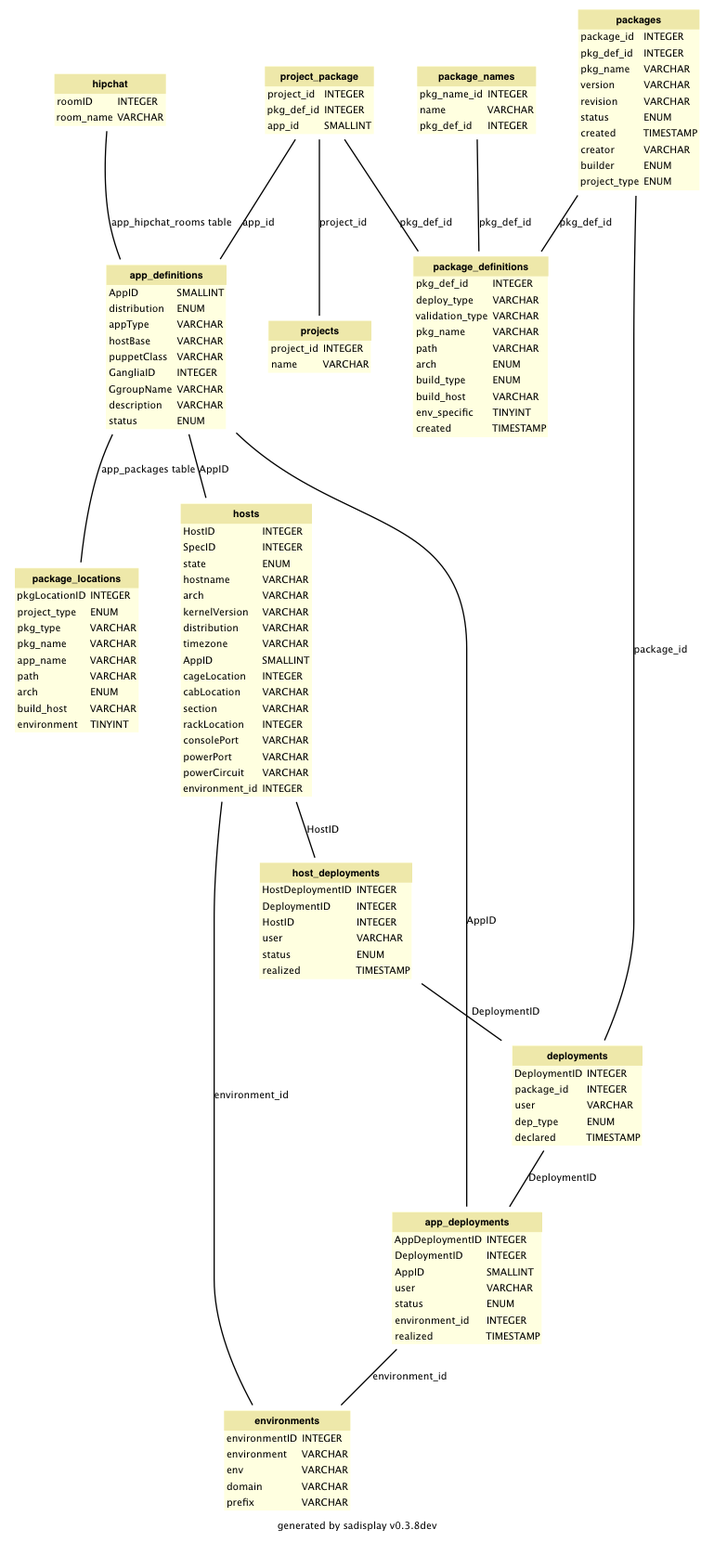
ifwe/tds keeps this Graphviz diagram as doc/schema-diagram-tds.png. Above is the earlier version. Its source is kept beside it as doc/schema-diagram-tds.dot.
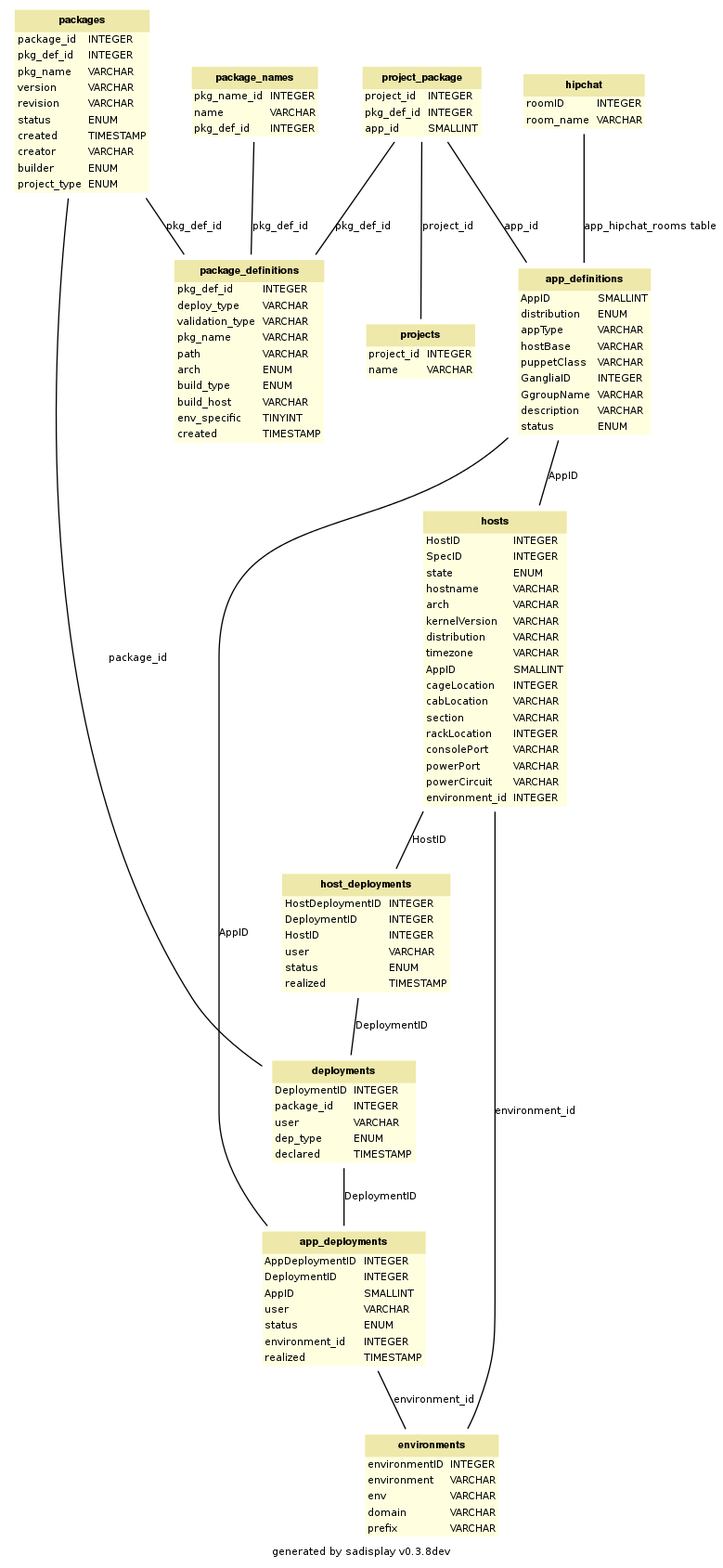
Later version of the same file.

Commit message:
Remove package_locations table from schema diagram

The edit, as a diff of the source:
```diff
@@ -309,52 +309,6 @@
         </TABLE>
     >]
 
-    package_locations [label=<
-        <TABLE BGCOLOR="lightyellow" BORDER="0"
-            CELLBORDER="0" CELLSPACING="0">
-                <TR><TD COLSPAN="2" CELLPADDING="4"
-                        ALIGN="CENTER" BGCOLOR="palegoldenrod"
-                ><FONT FACE="Helvetica-Bold" COLOR="black"
-                >package_locations</FONT></TD></TR><TR><TD ALIGN="LEFT" BORDER="0"
-        ><FONT FACE="Bitstream Vera Sans">pkgLocationID</FONT
-        ></TD><TD ALIGN="LEFT"
-        ><FONT FACE="Bitstream Vera Sans">INTEGER</FONT
-        ></TD></TR> <TR><TD ALIGN="LEFT" BORDER="0"
-        ><FONT FACE="Bitstream Vera Sans">project_type</FONT
-        ></TD><TD ALIGN="LEFT"
-        ><FONT FACE="Bitstream Vera Sans">ENUM</FONT
-        ></TD></TR> <TR><TD ALIGN="LEFT" BORDER="0"
-        ><FONT FACE="Bitstream Vera Sans">pkg_type</FONT
-        ></TD><TD ALIGN="LEFT"
-        ><FONT FACE="Bitstream Vera Sans">VARCHAR</FONT
-        ></TD></TR> <TR><TD ALIGN="LEFT" BORDER="0"
-        ><FONT FACE="Bitstream Vera Sans">pkg_name</FONT
-        ></TD><TD ALIGN="LEFT"
-        ><FONT FACE="Bitstream Vera Sans">VARCHAR</FONT
-        ></TD></TR> <TR><TD ALIGN="LEFT" BORDER="0"
-        ><FONT FACE="Bitstream Vera Sans">app_name</FONT
-        ></TD><TD ALIGN="LEFT"
-        ><FONT FACE="Bitstream Vera Sans">VARCHAR</FONT
-        ></TD></TR> <TR><TD ALIGN="LEFT" BORDER="0"
-        ><FONT FACE="Bitstream Vera Sans">path</FONT
-        ></TD><TD ALIGN="LEFT"
-        ><FONT FACE="Bitstream Vera Sans">VARCHAR</FONT
-        ></TD></TR> <TR><TD ALIGN="LEFT" BORDER="0"
-        ><FONT FACE="Bitstream Vera Sans">arch</FONT
-        ></TD><TD ALIGN="LEFT"
-        ><FONT FACE="Bitstream Vera Sans">ENUM</FONT
-        ></TD></TR> <TR><TD ALIGN="LEFT" BORDER="0"
-        ><FONT FACE="Bitstream Vera Sans">build_host</FONT
-        ></TD><TD ALIGN="LEFT"
-        ><FONT FACE="Bitstream Vera Sans">VARCHAR</FONT
-        ></TD></TR> <TR><TD ALIGN="LEFT" BORDER="0"
-        ><FONT FACE="Bitstream Vera Sans">environment</FONT
-        ></TD><TD ALIGN="LEFT"
-        ><FONT FACE="Bitstream Vera Sans">TINYINT</FONT
-        ></TD></TR>
-        </TABLE>
-    >]
-
     projects [label=<
         <TABLE BGCOLOR="lightyellow" BORDER="0"
             CELLBORDER="0" CELLSPACING="0">
@@ -513,7 +467,6 @@
     "app_definitions" -> "hosts" [label = "AppID"]
     "hosts" -> "environments" [label = "environment_id"]
     "hipchat" -> "app_definitions" [label = "app_hipchat_rooms table"]
-    "app_definitions" -> "package_locations" [label = "app_packages table"]
     "package_names" -> "package_definitions" [label = "pkg_def_id"]
 	"host_deployments" -> "deployments" [label = "DeploymentID"]
 	"hosts" -> "host_deployments" [label = "HostID"]
```
